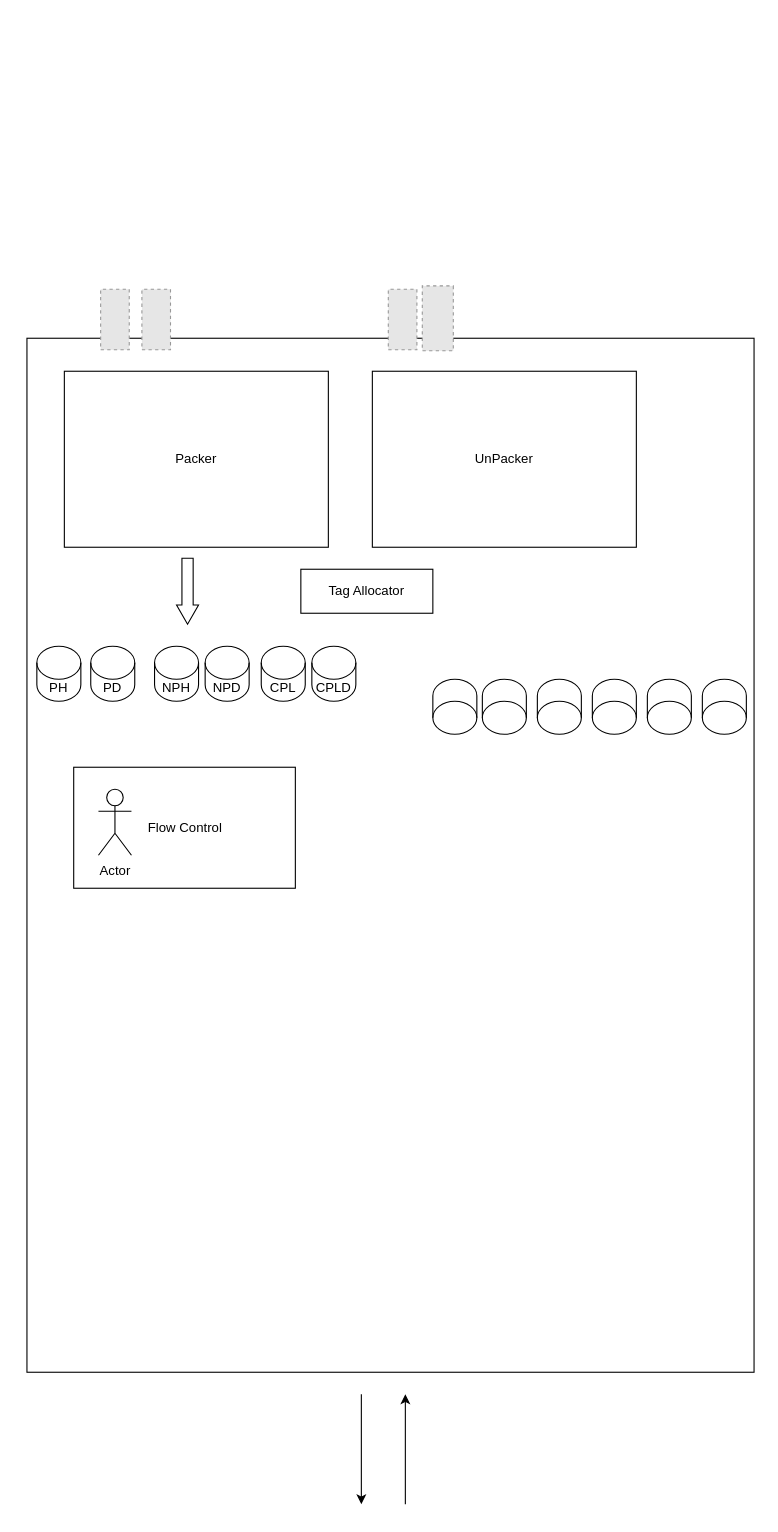
This is PCIe_Architecture.drawio from 2025-Spring-URP/TEAM-02, a draw.io file, before an edit. Source tidied: cells renumbered, new cells numbered last; positions are measured from the earlier drawing's top-left corner, leaving out a move shared by most shapes. Both pictures are drawn from the tidied source at 110%, with x=0, y=0 at pixel (26, 302). Pictures stored in the file or linked from it are replaced by grey dashed boxes.
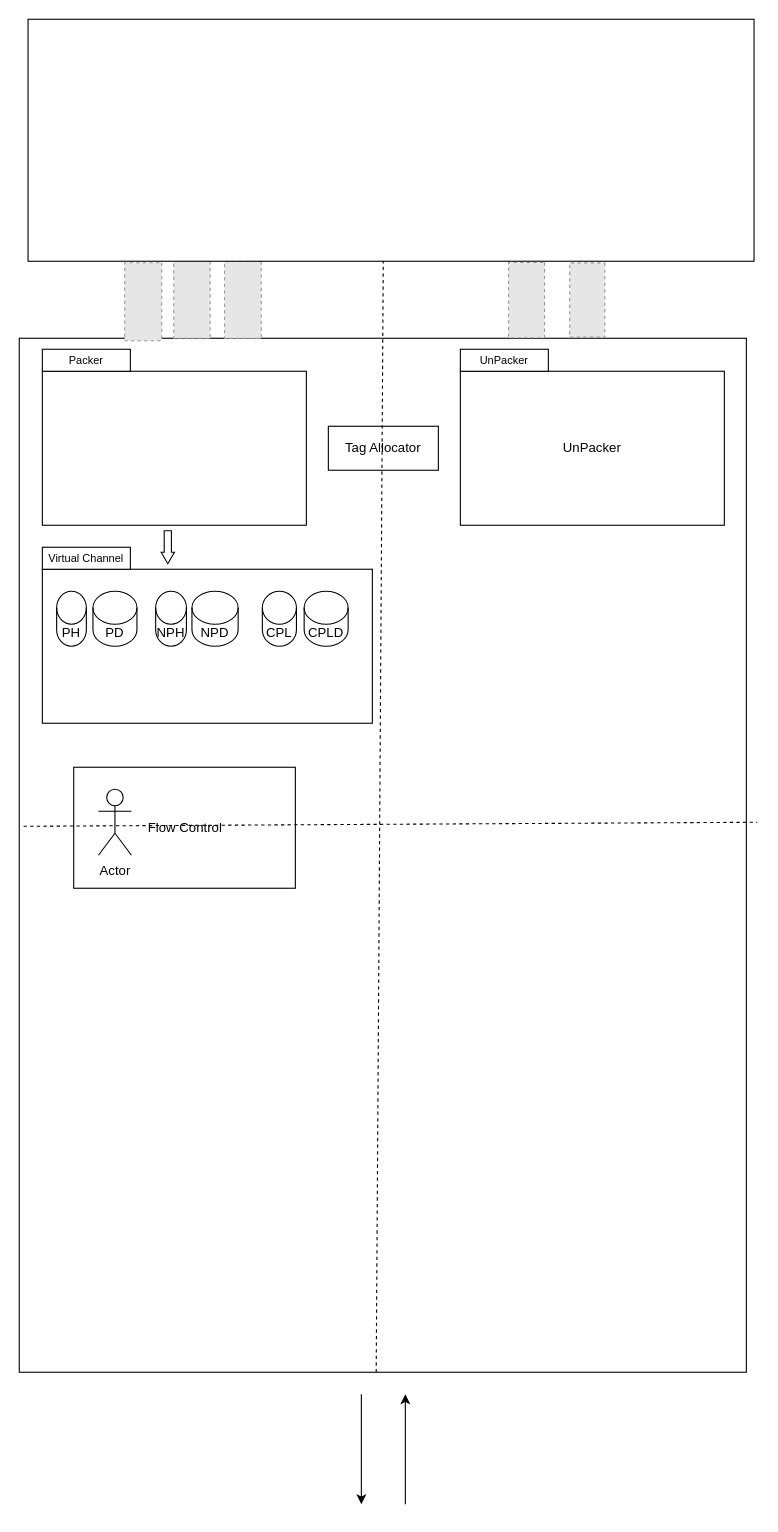
Above is the later version.

What changed in the source:
```diff
@@
     <mxCell id="2" style="rounded=0;whiteSpace=wrap;html=1;" parent="1" vertex="1">
-      <mxGeometry y="32" width="661" height="940" as="geometry" />
+      <mxGeometry x="-7" y="32" width="661" height="940" as="geometry" />
     </mxCell>
-    <mxCell id="3" value="Packer" style="rounded=0;whiteSpace=wrap;html=1;" parent="1" vertex="1">
-      <mxGeometry x="34" y="62" width="240" height="160" as="geometry" />
+    <mxCell id="3" style="rounded=0;whiteSpace=wrap;html=1;" parent="1" vertex="1">
+      <mxGeometry x="14" y="62" width="240" height="140" as="geometry" />
     </mxCell>
     <mxCell id="4" style="fillColor=#E6E6E6;strokeColor=#999999;dashed=1;verticalLabelPosition=bottom;labelBackgroundColor=default;verticalAlign=top;rotation=90;" parent="1" vertex="1">
-      <mxGeometry x="52.5" y="2" width="55" height="26" as="geometry" />
+      <mxGeometry x="475.6" y="-18.7" width="67.5" height="31.9" as="geometry" />
     </mxCell>
     <mxCell id="5" style="fillColor=#E6E6E6;strokeColor=#999999;dashed=1;verticalLabelPosition=bottom;labelBackgroundColor=default;verticalAlign=top;rotation=90;" parent="1" vertex="1">
-      <mxGeometry x="90" y="2" width="55" height="26" as="geometry" />
+      <mxGeometry x="70.2" y="-18" width="71" height="33.6" as="geometry" />
     </mxCell>
     <mxCell id="6" style="fillColor=#E6E6E6;strokeColor=#999999;dashed=1;verticalLabelPosition=bottom;labelBackgroundColor=default;verticalAlign=top;rotation=90;" parent="1" vertex="1">
-      <mxGeometry x="314" y="2" width="55" height="26" as="geometry" />
+      <mxGeometry x="115" y="-19.5" width="70" height="33.1" as="geometry" />
     </mxCell>
     <mxCell id="7" style="fillColor=#E6E6E6;strokeColor=#999999;dashed=1;verticalLabelPosition=bottom;labelBackgroundColor=default;verticalAlign=top;rotation=90;" parent="1" vertex="1">
-      <mxGeometry x="344" y="-0.2" width="59" height="28.2" as="geometry" />
+      <mxGeometry x="161.3" y="-19.6" width="70" height="33.4" as="geometry" />
     </mxCell>
@@
     <mxCell id="10" value="Tag Allocator" style="rounded=0;whiteSpace=wrap;html=1;" parent="1" vertex="1">
-      <mxGeometry x="249" y="242" width="120" height="40" as="geometry" />
+      <mxGeometry x="274" y="112" width="100" height="40" as="geometry" />
     </mxCell>
     <mxCell id="11" value="UnPacker" style="rounded=0;whiteSpace=wrap;html=1;" parent="1" vertex="1">
-      <mxGeometry x="314" y="62" width="240" height="160" as="geometry" />
+      <mxGeometry x="394" y="62" width="240" height="140" as="geometry" />
     </mxCell>
@@
+    <mxCell id="26" style="html=1;shadow=0;dashed=0;align=center;verticalAlign=middle;shape=mxgraph.arrows2.arrow;dy=0.46;dx=10.41;direction=south;notch=0;" parent="1" vertex="1">
+      <mxGeometry x="122" y="207" width="12.1" height="30" as="geometry" />
+    </mxCell>
+    <mxCell id="27" style="endArrow=none;dashed=1;html=1;rounded=0;exitX=0.006;exitY=0.472;exitDx=0;exitDy=0;exitPerimeter=0;" parent="1" edge="1" source="2">
+      <mxGeometry relative="1" as="geometry">
+        <mxPoint x="664" y="472" as="targetPoint" />
+      </mxGeometry>
+    </mxCell>
+    <mxCell id="28" style="endArrow=none;dashed=1;html=1;rounded=0;exitX=0.5;exitY=1;exitDx=0;exitDy=0;" parent="1" edge="1">
+      <mxGeometry relative="1" as="geometry">
+        <mxPoint x="317.5" y="972" as="sourcePoint" />
+        <mxPoint x="324" y="-48" as="targetPoint" />
+      </mxGeometry>
+    </mxCell>
+    <mxCell id="29" style="fillColor=#E6E6E6;strokeColor=#999999;dashed=1;verticalLabelPosition=bottom;labelBackgroundColor=default;verticalAlign=top;rotation=90;" parent="1" vertex="1">
+      <mxGeometry x="420" y="-19" width="68.4" height="32.7" as="geometry" />
+    </mxCell>
+    <mxCell id="30" style="rounded=0;whiteSpace=wrap;html=1;" parent="1" vertex="1">
+      <mxGeometry x="1" y="-258" width="660" height="220" as="geometry" />
+    </mxCell>
+    <mxCell id="31" style="rounded=0;whiteSpace=wrap;html=1;" parent="1" vertex="1">
+      <mxGeometry x="14" y="242" width="300" height="140" as="geometry" />
+    </mxCell>
     <mxCell id="14" value="PH" style="shape=cylinder3;whiteSpace=wrap;html=1;boundedLbl=1;backgroundOutline=1;size=15;" parent="1" vertex="1">
-      <mxGeometry x="9" y="312" width="40" height="50" as="geometry" />
+      <mxGeometry x="27" y="262" width="27" height="50" as="geometry" />
     </mxCell>
     <mxCell id="15" value="PD" style="shape=cylinder3;whiteSpace=wrap;html=1;boundedLbl=1;backgroundOutline=1;size=15;" parent="1" vertex="1">
-      <mxGeometry x="58" y="312" width="40" height="50" as="geometry" />
+      <mxGeometry x="60" y="262" width="40" height="50" as="geometry" />
     </mxCell>
     <mxCell id="16" value="NPH" style="shape=cylinder3;whiteSpace=wrap;html=1;boundedLbl=1;backgroundOutline=1;size=15;" parent="1" vertex="1">
-      <mxGeometry x="116" y="312" width="40" height="50" as="geometry" />
+      <mxGeometry x="117" y="262" width="28" height="50" as="geometry" />
     </mxCell>
     <mxCell id="17" value="NPD" style="shape=cylinder3;whiteSpace=wrap;html=1;boundedLbl=1;backgroundOutline=1;size=15;" parent="1" vertex="1">
-      <mxGeometry x="162" y="312" width="40" height="50" as="geometry" />
+      <mxGeometry x="150" y="262" width="42" height="50" as="geometry" />
     </mxCell>
     <mxCell id="18" value="CPL" style="shape=cylinder3;whiteSpace=wrap;html=1;boundedLbl=1;backgroundOutline=1;size=15;" parent="1" vertex="1">
-      <mxGeometry x="213" y="312" width="40" height="50" as="geometry" />
+      <mxGeometry x="214" y="262" width="31" height="50" as="geometry" />
     </mxCell>
     <mxCell id="19" value="CPLD" style="shape=cylinder3;whiteSpace=wrap;html=1;boundedLbl=1;backgroundOutline=1;size=15;" parent="1" vertex="1">
-      <mxGeometry x="259" y="312" width="40" height="50" as="geometry" />
+      <mxGeometry x="252" y="262" width="40" height="50" as="geometry" />
     </mxCell>
-    <mxCell id="20" style="shape=cylinder3;whiteSpace=wrap;html=1;boundedLbl=1;backgroundOutline=1;size=15;rotation=-180;" parent="1" vertex="1">
-      <mxGeometry x="369" y="342" width="40" height="50" as="geometry" />
-    </mxCell>
-    <mxCell id="21" style="shape=cylinder3;whiteSpace=wrap;html=1;boundedLbl=1;backgroundOutline=1;size=15;rotation=-180;" parent="1" vertex="1">
-      <mxGeometry x="414" y="342" width="40" height="50" as="geometry" />
-    </mxCell>
-    <mxCell id="22" style="shape=cylinder3;whiteSpace=wrap;html=1;boundedLbl=1;backgroundOutline=1;size=15;rotation=-180;" parent="1" vertex="1">
-      <mxGeometry x="464" y="342" width="40" height="50" as="geometry" />
-    </mxCell>
-    <mxCell id="23" style="shape=cylinder3;whiteSpace=wrap;html=1;boundedLbl=1;backgroundOutline=1;size=15;rotation=-180;" parent="1" vertex="1">
-      <mxGeometry x="514" y="342" width="40" height="50" as="geometry" />
-    </mxCell>
-    <mxCell id="24" style="shape=cylinder3;whiteSpace=wrap;html=1;boundedLbl=1;backgroundOutline=1;size=15;rotation=-180;" parent="1" vertex="1">
-      <mxGeometry x="564" y="342" width="40" height="50" as="geometry" />
-    </mxCell>
-    <mxCell id="25" style="shape=cylinder3;whiteSpace=wrap;html=1;boundedLbl=1;backgroundOutline=1;size=15;rotation=-180;" parent="1" vertex="1">
-      <mxGeometry x="614" y="342" width="40" height="50" as="geometry" />
-    </mxCell>
-    <mxCell id="26" style="html=1;shadow=0;dashed=0;align=center;verticalAlign=middle;shape=mxgraph.arrows2.arrow;dy=0.49;dx=17.45;direction=south;notch=0;" parent="1" vertex="1">
-      <mxGeometry x="136" y="232" width="20" height="60" as="geometry" />
-    </mxCell>
+    <mxCell id="32" value="&lt;font style=&quot;font-size: 10px;&quot;&gt;Virtual Channel&lt;/font&gt;" style="rounded=0;whiteSpace=wrap;html=1;" parent="1" vertex="1">
+      <mxGeometry x="14" y="222" width="80" height="20" as="geometry" />
+    </mxCell>
+    <mxCell id="33" value="&lt;font style=&quot;font-size: 10px;&quot;&gt;Packer&lt;/font&gt;" style="rounded=0;whiteSpace=wrap;html=1;" parent="1" vertex="1">
+      <mxGeometry x="14" y="42" width="80" height="20" as="geometry" />
+    </mxCell>
+    <mxCell id="34" value="&lt;span style=&quot;font-size: 10px;&quot;&gt;UnPacker&lt;/span&gt;" style="rounded=0;whiteSpace=wrap;html=1;" parent="1" vertex="1">
+      <mxGeometry x="394" y="42" width="80" height="20" as="geometry" />
+    </mxCell>
+    <mxCell id="35" style="edgeStyle=orthogonalEdgeStyle;rounded=0;orthogonalLoop=1;jettySize=auto;html=1;exitX=0.5;exitY=1;exitDx=0;exitDy=0;" parent="1" edge="1" source="11" target="11">
+      <mxGeometry relative="1" as="geometry" />
+    </mxCell>
```
